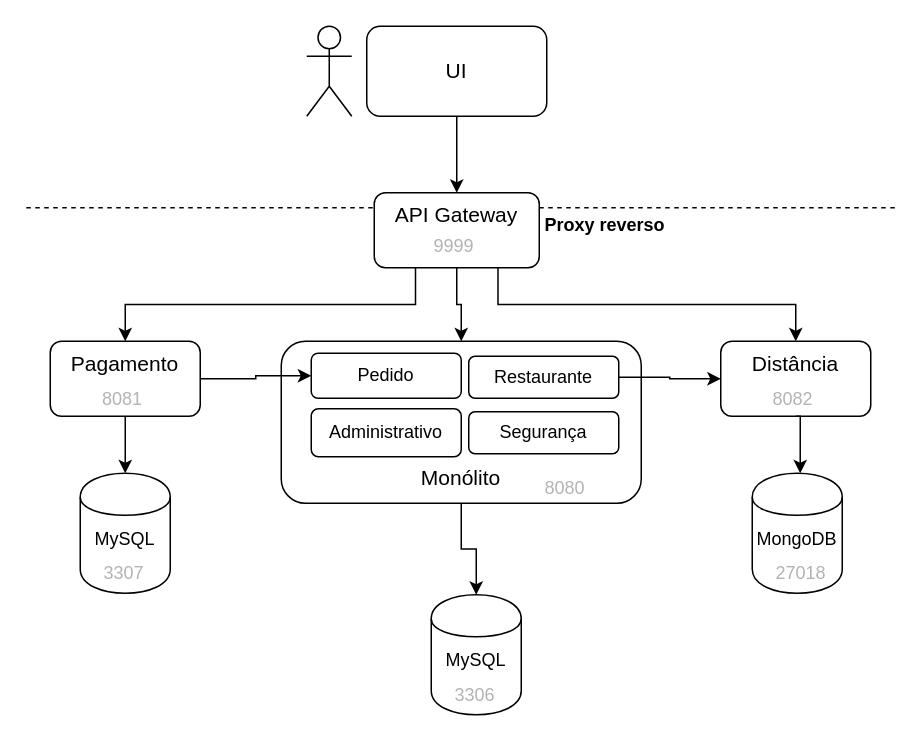
Above: imagens/06-api-gateway/api-gateway-como-edge-services.drawio in caelum/apostila-microservices-com-spring-cloud (draw.io), before the change. Source tidied: cells renumbered, new cells numbered last; positions are measured from the earlier drawing's top-left corner, leaving out a move shared by most shapes. Both pictures are drawn from the tidied source at 150%, with x=0, y=0 at pixel (26, 26).
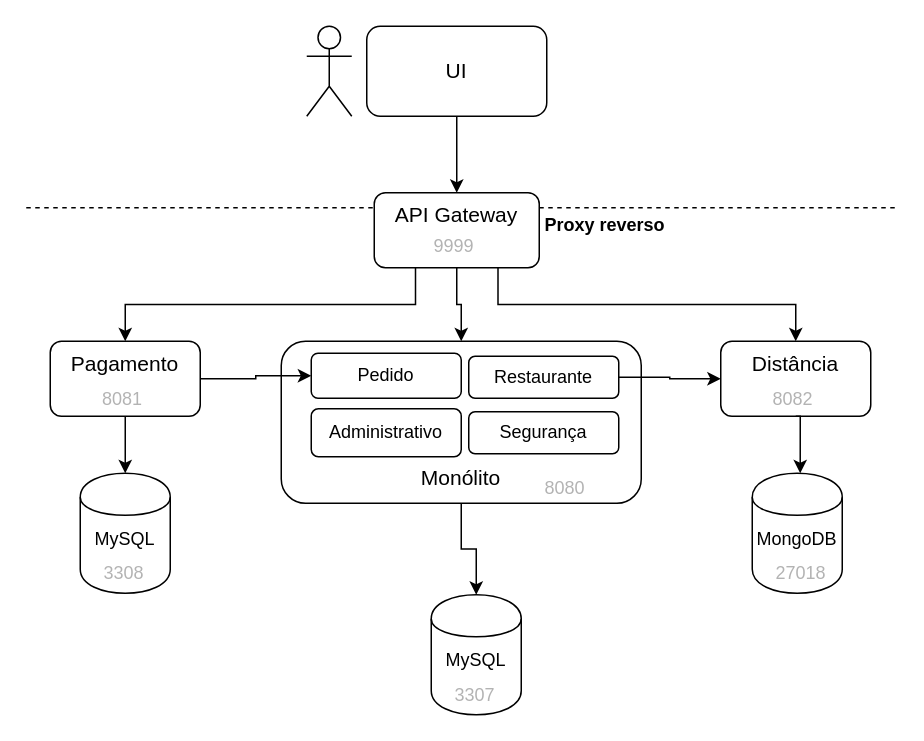
After the change.

Unchanged cells that the change refers to:
```xml
<mxCell id="14" style="group;" parent="1" vertex="1">
  <mxGeometry x="270" y="379" width="60" height="80" as="geometry" />
</mxCell>
<mxCell id="25" style="group;" parent="1" vertex="1">
  <mxGeometry x="36" y="298" width="60" height="80" as="geometry" />
</mxCell>
```

The edit, as a diff of the source:
```diff
@@
-    <mxCell id="16" value="3306" style="text;html=1;align=left;verticalAlign=top;spacingTop=-4;fontColor=#B3B3B3;" parent="14" vertex="1">
+    <mxCell id="16" value="3307" style="text;html=1;align=left;verticalAlign=top;spacingTop=-4;fontColor=#B3B3B3;" parent="14" vertex="1">
       <mxGeometry x="14" y="57" width="40" height="20" as="geometry" />
     </mxCell>
@@
-    <mxCell id="27" value="3307" style="text;html=1;align=left;verticalAlign=top;spacingTop=-4;fontColor=#B3B3B3;" parent="25" vertex="1">
+    <mxCell id="27" value="3308" style="text;html=1;align=left;verticalAlign=top;spacingTop=-4;fontColor=#B3B3B3;" parent="25" vertex="1">
       <mxGeometry x="14" y="57" width="40" height="20" as="geometry" />
     </mxCell>
```
